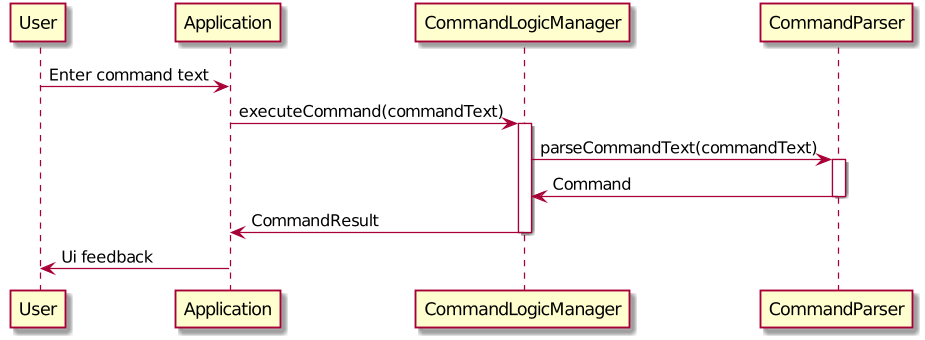
Earlier version of the PlantUML export docs/images/hj_ppp/CommandLogicSequence.png (nus-cs2103-AY1920S1/addressbook-level3).
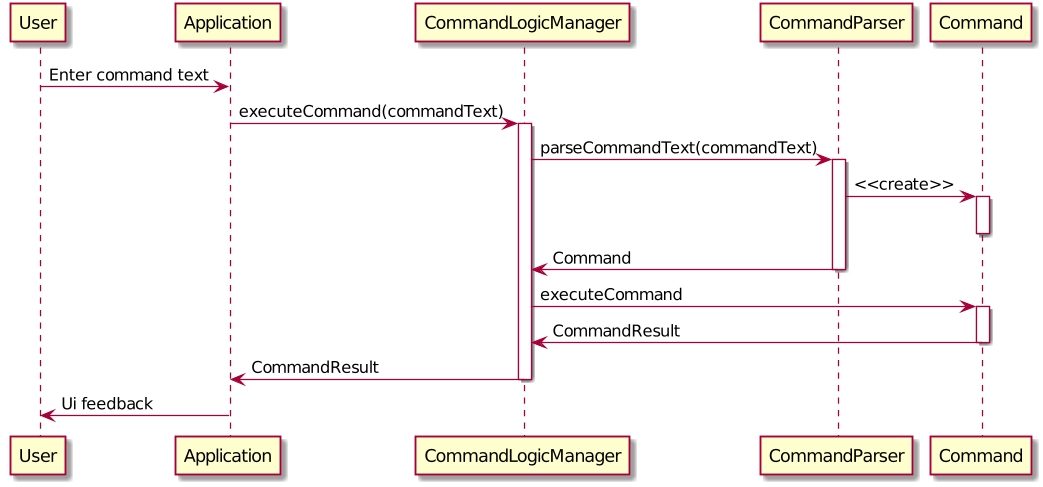
The same file after the commit.

Change to the diagram source:
```diff
@@ -4,8 +4,15 @@
 activate CommandLogicManager
 CommandLogicManager -> CommandParser: parseCommandText(commandText)
 activate CommandParser
+CommandParser -> Command : <<create>>
+activate Command
+deactivate Command
 CommandParser -> CommandLogicManager: Command
 deactivate CommandParser
+CommandLogicManager -> Command : executeCommand
+activate Command
+Command -> CommandLogicManager : CommandResult
+deactivate Command
 CommandLogicManager -> Application: CommandResult
 deactivate CommandLogicManager
 Application -> User: Ui feedback
```
